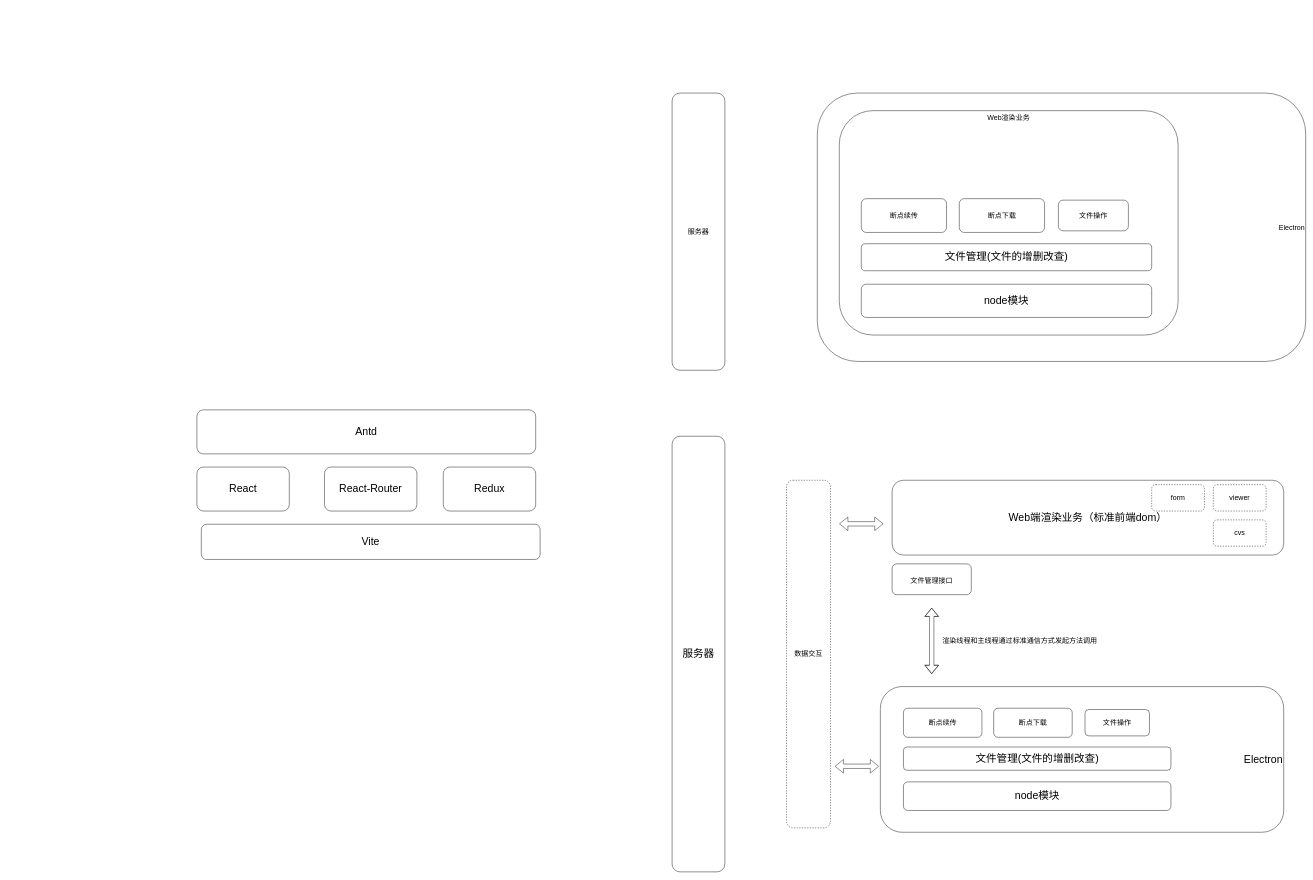
This is 未命名绘图.drawio from oraclexudehua/humanbrain_electron, a draw.io file, before an edit. Source tidied: cells renumbered, new cells numbered last; positions are measured from the earlier drawing's top-left corner, leaving out a move shared by most shapes. Both pictures are drawn from the tidied source at 44%, with x=0, y=0 at pixel (197, 93).
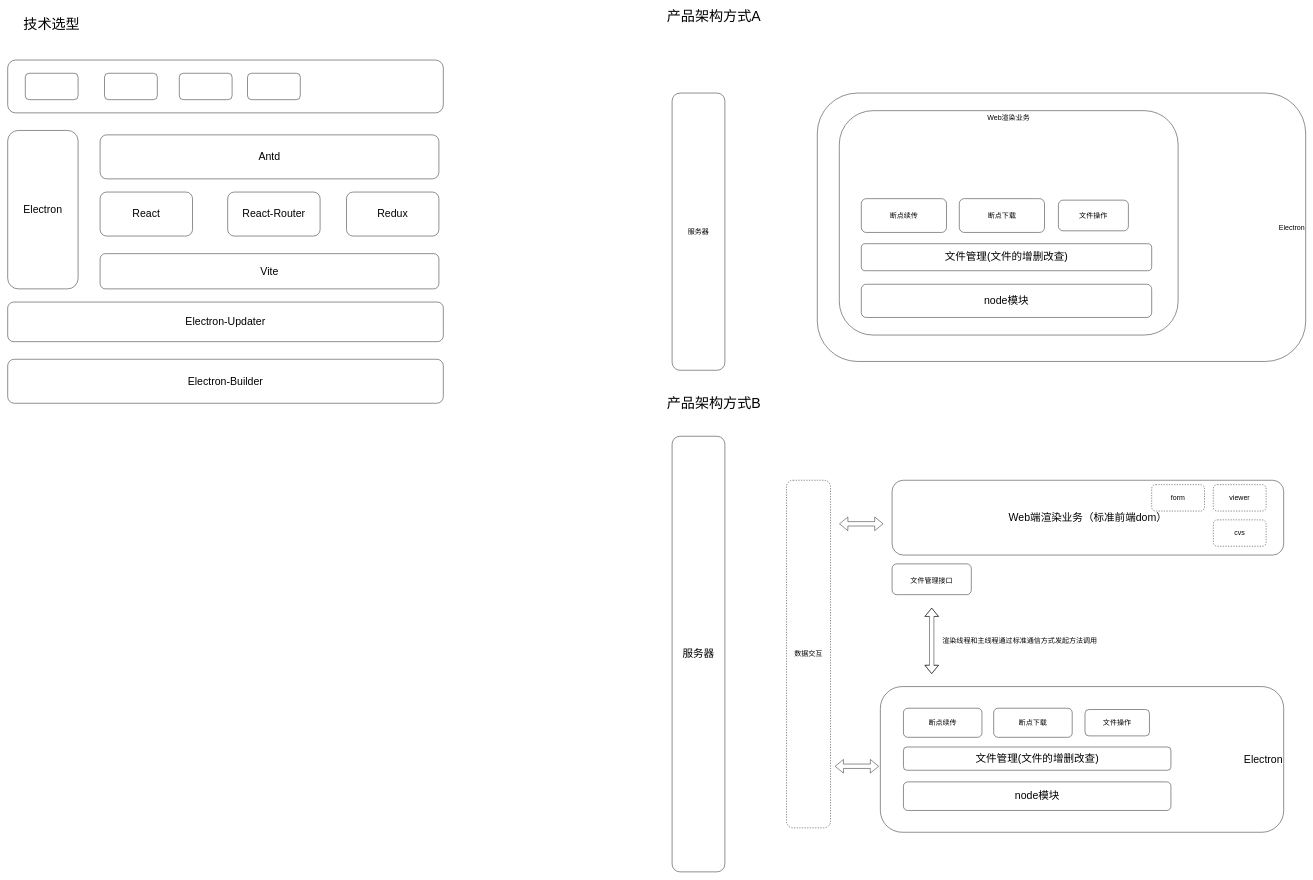
After the change.

Commit message (it also covers changes not shown here):
更新未命名绘图.drawio

The edit, as a diff of the source:
```diff
@@
+    <mxCell id="36" style="group;" parent="1" vertex="1">
+      <mxGeometry x="-430" y="-75" width="990" height="780" as="geometry" />
+    </mxCell>
-    <mxCell id="31" value="React" style="rounded=1;whiteSpace=wrap;html=1;fontSize=24;" parent="1" vertex="1">
-      <mxGeometry y="850" width="210" height="100" as="geometry" />
+    <mxCell id="31" value="React" style="rounded=1;whiteSpace=wrap;html=1;fontSize=24;" parent="36" vertex="1">
+      <mxGeometry x="210" y="300" width="210" height="100" as="geometry" />
     </mxCell>
-    <mxCell id="32" value="React-Router" style="rounded=1;whiteSpace=wrap;html=1;fontSize=24;" parent="1" vertex="1">
-      <mxGeometry x="290" y="850" width="210" height="100" as="geometry" />
+    <mxCell id="32" value="React-Router" style="rounded=1;whiteSpace=wrap;html=1;fontSize=24;" parent="36" vertex="1">
+      <mxGeometry x="500" y="300" width="210" height="100" as="geometry" />
     </mxCell>
-    <mxCell id="33" value="Redux" style="rounded=1;whiteSpace=wrap;html=1;fontSize=24;" parent="1" vertex="1">
-      <mxGeometry x="560" y="850" width="210" height="100" as="geometry" />
+    <mxCell id="33" value="Redux" style="rounded=1;whiteSpace=wrap;html=1;fontSize=24;" parent="36" vertex="1">
+      <mxGeometry x="770" y="300" width="210" height="100" as="geometry" />
     </mxCell>
-    <mxCell id="34" value="Antd" style="rounded=1;whiteSpace=wrap;html=1;fontSize=24;" parent="1" vertex="1">
-      <mxGeometry y="720" width="770" height="100" as="geometry" />
+    <mxCell id="34" value="Antd" style="rounded=1;whiteSpace=wrap;html=1;fontSize=24;" parent="36" vertex="1">
+      <mxGeometry x="210" y="170" width="770" height="100" as="geometry" />
     </mxCell>
-    <mxCell id="35" value="Vite" style="rounded=1;whiteSpace=wrap;html=1;fontSize=24;" parent="1" vertex="1">
-      <mxGeometry x="10" y="980" width="770" height="80" as="geometry" />
+    <mxCell id="35" value="Vite" style="rounded=1;whiteSpace=wrap;html=1;fontSize=24;" parent="36" vertex="1">
+      <mxGeometry x="210" y="440" width="770" height="80" as="geometry" />
     </mxCell>
+    <mxCell id="37" value="Electron" style="rounded=1;whiteSpace=wrap;html=1;fontSize=24;" parent="36" vertex="1">
+      <mxGeometry y="160" width="160" height="360" as="geometry" />
+    </mxCell>
+    <mxCell id="38" value="Electron-Builder" style="rounded=1;whiteSpace=wrap;html=1;fontSize=24;" parent="36" vertex="1">
+      <mxGeometry y="680" width="990" height="100" as="geometry" />
+    </mxCell>
+    <mxCell id="39" value="Electron-Updater" style="rounded=1;whiteSpace=wrap;html=1;fontSize=24;" parent="36" vertex="1">
+      <mxGeometry y="550" width="990" height="90" as="geometry" />
+    </mxCell>
+    <mxCell id="40" style="rounded=1;whiteSpace=wrap;html=1;fontSize=24;" parent="36" vertex="1">
+      <mxGeometry width="990" height="120" as="geometry" />
+    </mxCell>
+    <mxCell id="41" style="rounded=1;whiteSpace=wrap;html=1;fontSize=24;" parent="36" vertex="1">
+      <mxGeometry x="40" y="30" width="120" height="60" as="geometry" />
+    </mxCell>
+    <mxCell id="42" style="rounded=1;whiteSpace=wrap;html=1;fontSize=24;" parent="36" vertex="1">
+      <mxGeometry x="220" y="30" width="120" height="60" as="geometry" />
+    </mxCell>
+    <mxCell id="43" style="rounded=1;whiteSpace=wrap;html=1;fontSize=24;" parent="36" vertex="1">
+      <mxGeometry x="545" y="30" width="120" height="60" as="geometry" />
+    </mxCell>
+    <mxCell id="44" style="rounded=1;whiteSpace=wrap;html=1;fontSize=24;" parent="36" vertex="1">
+      <mxGeometry x="390" y="30" width="120" height="60" as="geometry" />
+    </mxCell>
+    <mxCell id="45" value="技术选型" style="text;html=1;strokeColor=none;fillColor=none;align=center;verticalAlign=middle;whiteSpace=wrap;rounded=0;fontSize=32;" parent="1" vertex="1">
+      <mxGeometry x="-430" y="-170" width="200" height="30" as="geometry" />
+    </mxCell>
+    <mxCell id="46" value="产品架构方式A" style="text;html=1;strokeColor=none;fillColor=none;align=center;verticalAlign=middle;whiteSpace=wrap;rounded=0;fontSize=32;" parent="1" vertex="1">
+      <mxGeometry x="1040" y="-190" width="270" height="30" as="geometry" />
+    </mxCell>
+    <mxCell id="47" value="产品架构方式B" style="text;html=1;strokeColor=none;fillColor=none;align=center;verticalAlign=middle;whiteSpace=wrap;rounded=0;fontSize=32;" parent="1" vertex="1">
+      <mxGeometry x="1040" y="690" width="270" height="30" as="geometry" />
+    </mxCell>
```
